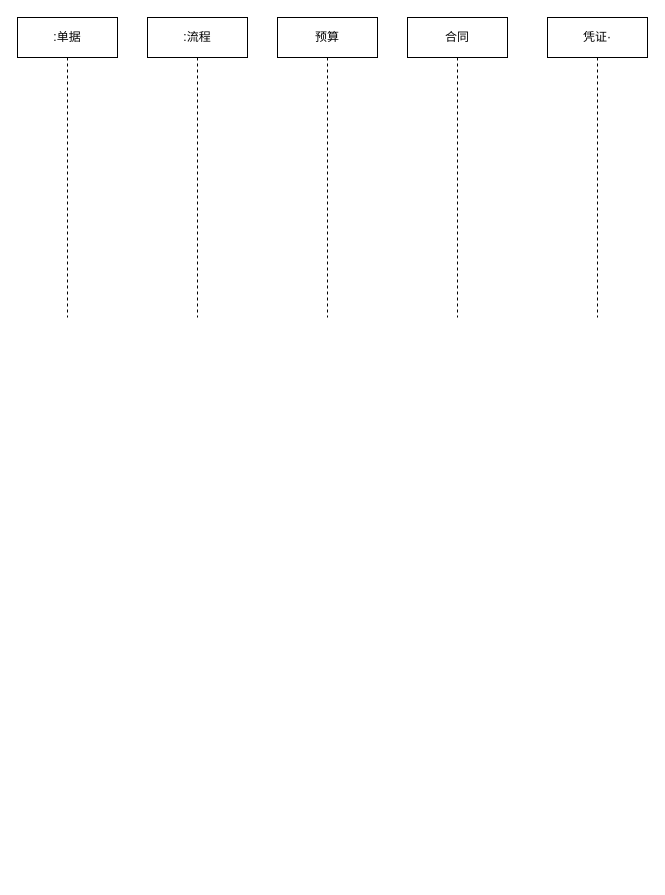
This is 未命名绘图.drawio from lionli/weekgit, a draw.io file, before an edit. Source tidied: cells renumbered, new cells numbered last; positions are measured from the earlier drawing's top-left corner, leaving out a move shared by most shapes. Both pictures are drawn from the tidied source at 100%, with x=0, y=0 at pixel (17, 17).
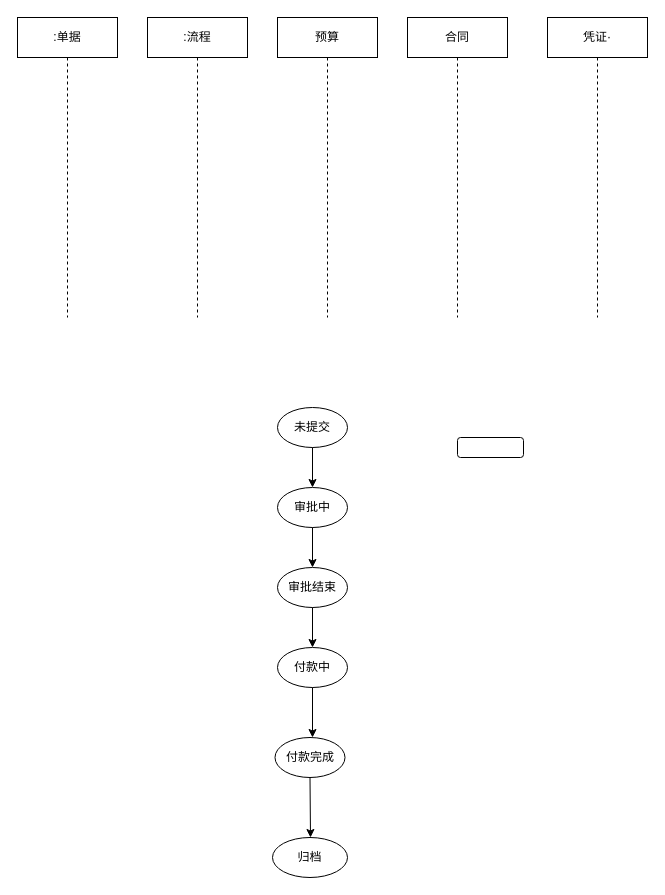
Above is the later version.

Commit message (it also covers changes not shown here):
更新未命名绘图.drawio

What changed in the source:
```diff
@@
+    <mxCell id="7" value="未提交" style="ellipse;whiteSpace=wrap;html=1;" parent="1" vertex="1">
+      <mxGeometry x="260" y="390" width="70" height="40" as="geometry" />
+    </mxCell>
+    <mxCell id="8" value="审批中" style="ellipse;whiteSpace=wrap;html=1;" parent="1" vertex="1">
+      <mxGeometry x="260" y="470" width="70" height="40" as="geometry" />
+    </mxCell>
+    <mxCell id="9" value="审批结束" style="ellipse;whiteSpace=wrap;html=1;" parent="1" vertex="1">
+      <mxGeometry x="260" y="550" width="70" height="40" as="geometry" />
+    </mxCell>
+    <mxCell id="10" style="endArrow=classic;html=1;rounded=0;exitX=0.5;exitY=1;exitDx=0;exitDy=0;" parent="1" edge="1" source="8" target="9">
+      <mxGeometry relative="1" as="geometry" />
+    </mxCell>
+    <mxCell id="11" value="付款中" style="ellipse;whiteSpace=wrap;html=1;" parent="1" vertex="1">
+      <mxGeometry x="260" y="630" width="70" height="40" as="geometry" />
+    </mxCell>
+    <mxCell id="12" value="归档" style="ellipse;whiteSpace=wrap;html=1;" parent="1" vertex="1">
+      <mxGeometry x="255" y="820" width="75" height="40" as="geometry" />
+    </mxCell>
+    <mxCell id="13" style="endArrow=classic;html=1;rounded=0;entryX=0.5;entryY=0;entryDx=0;entryDy=0;exitX=0.5;exitY=1;exitDx=0;exitDy=0;" parent="1" edge="1" source="7" target="8">
+      <mxGeometry relative="1" as="geometry" />
+    </mxCell>
+    <mxCell id="14" value="付款完成" style="ellipse;whiteSpace=wrap;html=1;" parent="1" vertex="1">
+      <mxGeometry x="257.5" y="720" width="70" height="40" as="geometry" />
+    </mxCell>
+    <mxCell id="15" style="endArrow=classic;html=1;rounded=0;entryX=0.5;entryY=0;entryDx=0;entryDy=0;exitX=0.5;exitY=1;exitDx=0;exitDy=0;" parent="1" edge="1" source="9" target="11">
+      <mxGeometry relative="1" as="geometry" />
+    </mxCell>
+    <mxCell id="16" style="endArrow=classic;html=1;rounded=0;exitX=0.5;exitY=1;exitDx=0;exitDy=0;" parent="1" edge="1" source="14">
+      <mxGeometry relative="1" as="geometry">
+        <mxPoint x="293" y="820" as="targetPoint" />
+      </mxGeometry>
+    </mxCell>
+    <mxCell id="17" style="rounded=1;whiteSpace=wrap;html=1;" parent="1" vertex="1">
+      <mxGeometry x="440" y="420" width="66" height="20" as="geometry" />
+    </mxCell>
+    <mxCell id="18" style="endArrow=classic;html=1;rounded=0;exitX=0.5;exitY=1;exitDx=0;exitDy=0;" parent="1" edge="1" source="11">
+      <mxGeometry relative="1" as="geometry">
+        <mxPoint x="295" y="720" as="targetPoint" />
+      </mxGeometry>
+    </mxCell>
```
